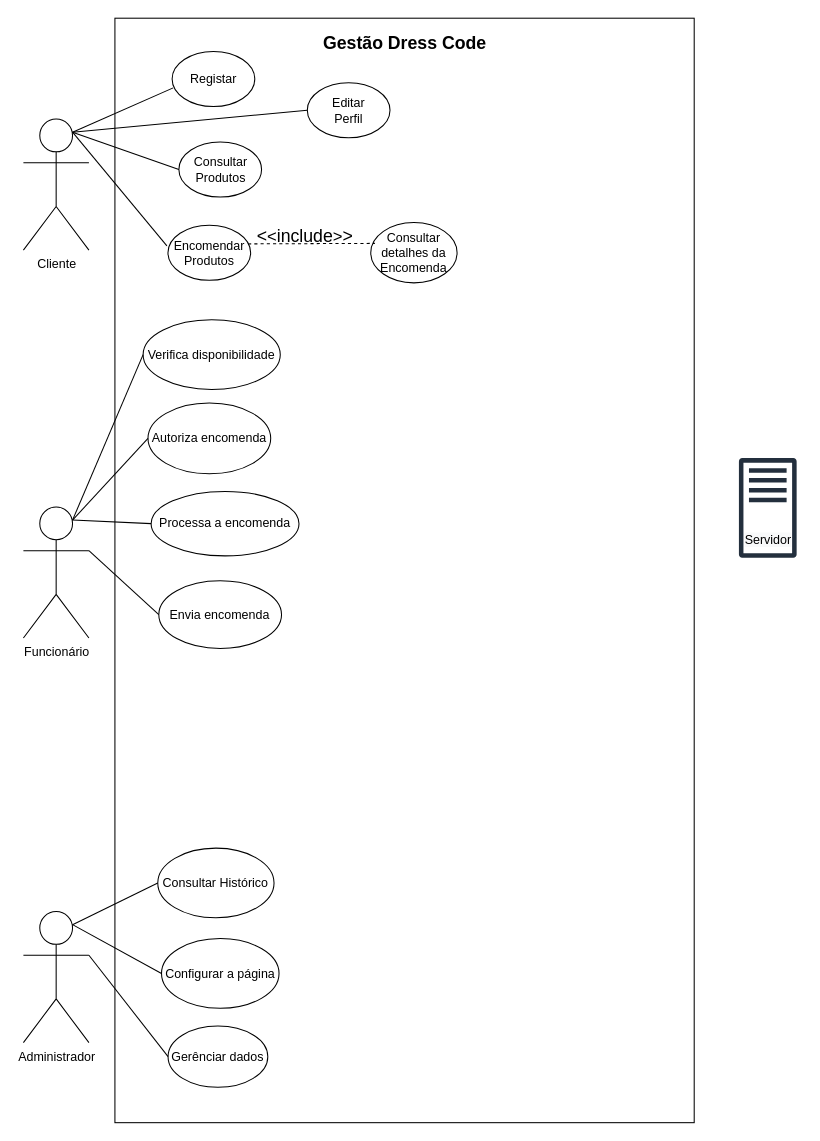
This is Casos de Uso.drawio from JoshuaJones27/FetchCode, a draw.io file, before an edit. Source tidied: cells renumbered, new cells numbered last; positions are measured from the earlier drawing's top-left corner, leaving out a move shared by most shapes. Both pictures are drawn from the tidied source at 104%, with x=0, y=0 at pixel (23, 18).
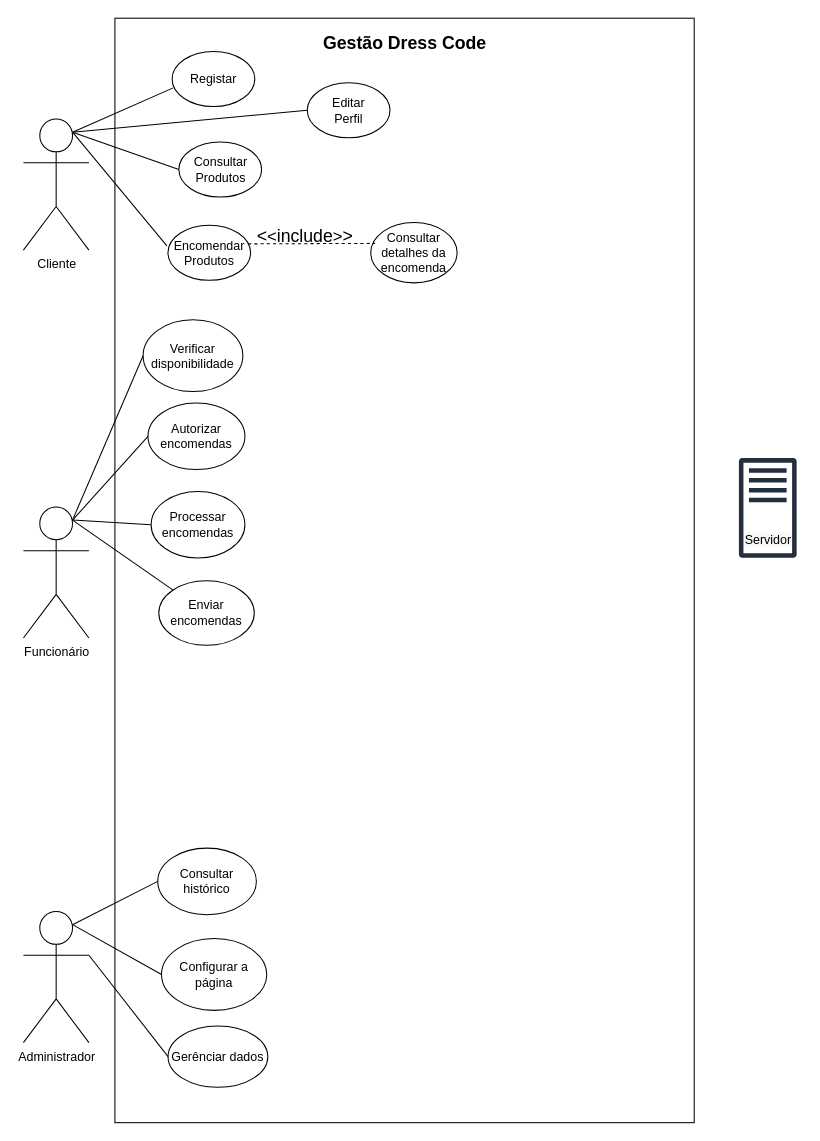
After the change.

Commit message (it also covers changes not shown here):
Casos de uso

The change refers to these unchanged cells:
```xml
<mxCell id="3" value="Funcionário&lt;br&gt;" style="shape=umlActor;verticalLabelPosition=bottom;verticalAlign=top;html=1;outlineConnect=0;" parent="1" vertex="1">
  <mxGeometry y="470" width="63" height="126" as="geometry" />
</mxCell>
```

Diff of the diagram source:
```diff
@@
-    <mxCell id="13" value="Consultar detalhes da&lt;br&gt;Encomenda" style="ellipse;whiteSpace=wrap;html=1;" parent="1" vertex="1">
+    <mxCell id="13" value="Consultar detalhes da&lt;br&gt;encomenda" style="ellipse;whiteSpace=wrap;html=1;" parent="1" vertex="1">
       <mxGeometry x="334" y="196.5" width="83" height="58" as="geometry" />
     </mxCell>
@@
-    <mxCell id="20" value="Consultar Histórico" style="ellipse;whiteSpace=wrap;html=1;" parent="1" vertex="1">
-      <mxGeometry x="129.2" y="798" width="111.8" height="67" as="geometry" />
+    <mxCell id="20" value="Consultar histórico" style="ellipse;whiteSpace=wrap;html=1;" parent="1" vertex="1">
+      <mxGeometry x="129.2" y="798" width="94.8" height="64" as="geometry" />
     </mxCell>
@@
     <mxCell id="22" value="Configurar a página" style="ellipse;whiteSpace=wrap;html=1;" parent="1" vertex="1">
-      <mxGeometry x="132.8" y="885" width="113" height="67" as="geometry" />
+      <mxGeometry x="132.8" y="885" width="101.2" height="69" as="geometry" />
     </mxCell>
@@
-    <mxCell id="25" value="Verifica disponibilidade" style="ellipse;whiteSpace=wrap;html=1;" parent="1" vertex="1">
-      <mxGeometry x="115.1" y="290" width="131.9" height="67" as="geometry" />
+    <mxCell id="25" value="Verificar disponibilidade" style="ellipse;whiteSpace=wrap;html=1;" parent="1" vertex="1">
+      <mxGeometry x="115.1" y="290" width="95.9" height="69" as="geometry" />
     </mxCell>
@@
-    <mxCell id="28" value="Autoriza encomenda" style="ellipse;whiteSpace=wrap;html=1;" parent="1" vertex="1">
-      <mxGeometry x="119.8" y="370" width="118" height="68" as="geometry" />
+    <mxCell id="28" value="Autorizar encomendas" style="ellipse;whiteSpace=wrap;html=1;" parent="1" vertex="1">
+      <mxGeometry x="119.8" y="370" width="93.2" height="64" as="geometry" />
     </mxCell>
@@
-    <mxCell id="30" value="Processa a encomenda" style="ellipse;whiteSpace=wrap;html=1;" parent="1" vertex="1">
-      <mxGeometry x="122.8" y="455" width="142.2" height="62" as="geometry" />
+    <mxCell id="30" value="Processar encomendas" style="ellipse;whiteSpace=wrap;html=1;" parent="1" vertex="1">
+      <mxGeometry x="122.8" y="455" width="90.2" height="64" as="geometry" />
     </mxCell>
@@
-    <mxCell id="32" value="Envia encomenda" style="ellipse;whiteSpace=wrap;html=1;" parent="1" vertex="1">
-      <mxGeometry x="130.2" y="541" width="118" height="65" as="geometry" />
+    <mxCell id="32" value="Enviar encomendas" style="ellipse;whiteSpace=wrap;html=1;" parent="1" vertex="1">
+      <mxGeometry x="130.2" y="541" width="91.8" height="62" as="geometry" />
     </mxCell>
-    <mxCell id="33" style="endArrow=none;html=1;exitX=1;exitY=0.3333333333333333;exitDx=0;exitDy=0;exitPerimeter=0;entryX=0;entryY=0.5;entryDx=0;entryDy=0;" parent="1" edge="1" source="3" target="32">
+    <mxCell id="33" style="endArrow=none;html=1;entryX=0;entryY=0;entryDx=0;entryDy=0;exitX=0.75;exitY=0.1;exitDx=0;exitDy=0;exitPerimeter=0;" parent="1" edge="1" source="3" target="32">
       <mxGeometry relative="1" as="geometry" />
     </mxCell>
```
